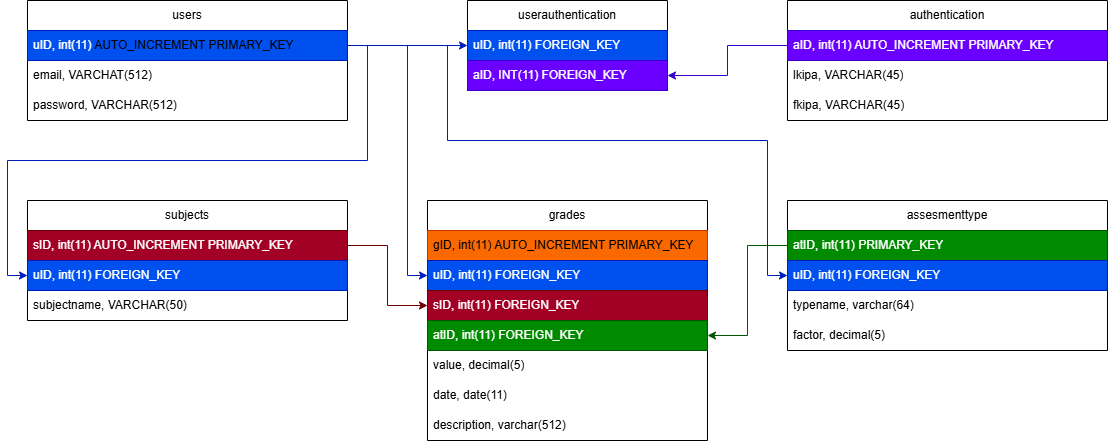
This is source/project/database/GradeLens-Database.png from vrsestudio/GradeLens, a draw.io export, as it was before one commit. Source tidied: cells renumbered, new cells last; positions are measured from the earlier drawing's top-left corner, leaving out a move shared by most shapes.
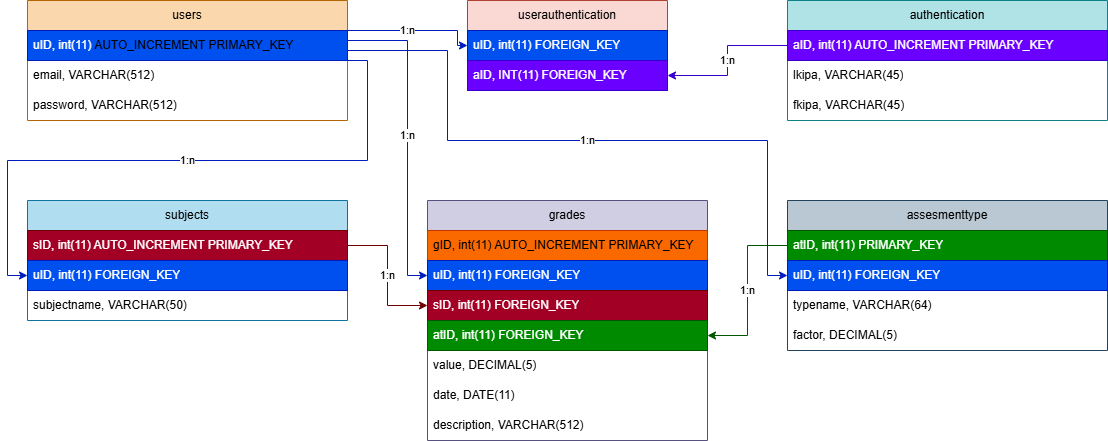
Later version of the same file.

Commit message:
Database Visualisation Update

Change to the diagram source:
```diff
@@ -2,19 +2,19 @@
   <root>
     <mxCell id="0" />
     <mxCell id="1" parent="0" />
-    <mxCell id="2" value="users" style="swimlane;fontStyle=0;horizontal=1;startSize=30;whiteSpace=wrap;html=1;" parent="1" vertex="1">
+    <mxCell id="2" value="users" style="swimlane;fontStyle=0;horizontal=1;startSize=30;whiteSpace=wrap;html=1;fillColor=#fad7ac;strokeColor=#b46504;" parent="1" vertex="1">
       <mxGeometry width="320" height="120" as="geometry" />
     </mxCell>
     <mxCell id="3" value="uID, int(11)&lt;span style=&quot;background-color: transparent; color: light-dark(rgb(0, 0, 0), rgb(255, 255, 255));&quot;&gt;&amp;nbsp;AUTO_INCREMENT PRIMARY_KEY&lt;/span&gt;" style="text;strokeColor=#001DBC;fillColor=#0050ef;align=left;verticalAlign=middle;spacingLeft=4;spacingRight=4;overflow=hidden;points=[[0,0.5],[1,0.5]];portConstraint=eastwest;whiteSpace=wrap;html=1;fontColor=#ffffff;" parent="2" vertex="1">
       <mxGeometry y="30" width="320" height="30" as="geometry" />
     </mxCell>
-    <mxCell id="4" value="email, VARCHAT(512)" style="text;strokeColor=none;fillColor=none;align=left;verticalAlign=middle;spacingLeft=4;spacingRight=4;overflow=hidden;whiteSpace=wrap;html=1;" parent="2" vertex="1">
+    <mxCell id="4" value="email, VARCHAR(512)" style="text;strokeColor=none;fillColor=none;align=left;verticalAlign=middle;spacingLeft=4;spacingRight=4;overflow=hidden;whiteSpace=wrap;html=1;" parent="2" vertex="1">
       <mxGeometry y="60" width="320" height="30" as="geometry" />
     </mxCell>
     <mxCell id="5" value="password, VARCHAR(512)" style="text;strokeColor=none;fillColor=none;align=left;verticalAlign=middle;spacingLeft=4;spacingRight=4;overflow=hidden;whiteSpace=wrap;html=1;" parent="2" vertex="1">
       <mxGeometry y="90" width="320" height="30" as="geometry" />
     </mxCell>
-    <mxCell id="6" value="authentication" style="swimlane;fontStyle=0;horizontal=1;startSize=30;whiteSpace=wrap;html=1;" parent="1" vertex="1">
+    <mxCell id="6" value="authentication" style="swimlane;fontStyle=0;horizontal=1;startSize=30;whiteSpace=wrap;html=1;fillColor=#b0e3e6;strokeColor=#0e8088;" parent="1" vertex="1">
       <mxGeometry x="760" width="320" height="120" as="geometry" />
     </mxCell>
     <mxCell id="7" value="aID, int(11) AUTO_INCREMENT PRIMARY_KEY" style="text;strokeColor=#3700CC;fillColor=#6a00ff;align=left;verticalAlign=middle;spacingLeft=4;spacingRight=4;overflow=hidden;points=[[0,0.5],[1,0.5]];portConstraint=eastwest;whiteSpace=wrap;html=1;fontColor=#ffffff;" parent="6" vertex="1">
@@ -26,7 +26,7 @@
     <mxCell id="9" value="fkipa, VARCHAR(45)" style="text;strokeColor=none;fillColor=none;align=left;verticalAlign=middle;spacingLeft=4;spacingRight=4;overflow=hidden;whiteSpace=wrap;html=1;" parent="6" vertex="1">
       <mxGeometry y="90" width="320" height="30" as="geometry" />
     </mxCell>
-    <mxCell id="10" value="userauthentication" style="swimlane;fontStyle=0;horizontal=1;startSize=30;whiteSpace=wrap;html=1;" parent="1" vertex="1">
+    <mxCell id="10" value="userauthentication" style="swimlane;fontStyle=0;horizontal=1;startSize=30;whiteSpace=wrap;html=1;fillColor=#fad9d5;strokeColor=#ae4132;" parent="1" vertex="1">
       <mxGeometry x="440" width="200" height="90" as="geometry" />
     </mxCell>
     <mxCell id="11" value="uID, int(11) FOREIGN_KEY" style="text;strokeColor=#001DBC;fillColor=#0050ef;align=left;verticalAlign=middle;spacingLeft=4;spacingRight=4;overflow=hidden;points=[[0,0.5],[1,0.5]];portConstraint=eastwest;whiteSpace=wrap;html=1;fontColor=#ffffff;" parent="10" vertex="1">
@@ -35,7 +35,7 @@
     <mxCell id="12" value="aID, INT(11) FOREIGN_KEY" style="text;strokeColor=#3700CC;fillColor=#6a00ff;align=left;verticalAlign=middle;spacingLeft=4;spacingRight=4;overflow=hidden;points=[[0,0.5],[1,0.5]];portConstraint=eastwest;whiteSpace=wrap;html=1;fontColor=#ffffff;" parent="10" vertex="1">
       <mxGeometry y="60" width="200" height="30" as="geometry" />
     </mxCell>
-    <mxCell id="13" value="subjects" style="swimlane;fontStyle=0;horizontal=1;startSize=30;whiteSpace=wrap;html=1;" parent="1" vertex="1">
+    <mxCell id="13" value="subjects" style="swimlane;fontStyle=0;horizontal=1;startSize=30;whiteSpace=wrap;html=1;fillColor=#b1ddf0;strokeColor=#10739e;" parent="1" vertex="1">
       <mxGeometry y="200" width="320" height="120" as="geometry" />
     </mxCell>
     <mxCell id="14" value="sID, int(11) AUTO_INCREMENT PRIMARY_KEY" style="text;strokeColor=#6F0000;fillColor=#a20025;align=left;verticalAlign=middle;spacingLeft=4;spacingRight=4;overflow=hidden;points=[[0,0.5],[1,0.5]];portConstraint=eastwest;whiteSpace=wrap;html=1;fontColor=#ffffff;" parent="13" vertex="1">
@@ -47,7 +47,7 @@
     <mxCell id="16" value="subjectname, VARCHAR(50)" style="text;strokeColor=none;fillColor=none;align=left;verticalAlign=middle;spacingLeft=4;spacingRight=4;overflow=hidden;whiteSpace=wrap;html=1;" parent="13" vertex="1">
       <mxGeometry y="90" width="320" height="30" as="geometry" />
     </mxCell>
-    <mxCell id="17" value="&lt;div&gt;grades&lt;/div&gt;" style="swimlane;fontStyle=0;horizontal=1;startSize=30;whiteSpace=wrap;html=1;" parent="1" vertex="1">
+    <mxCell id="17" value="&lt;div&gt;grades&lt;/div&gt;" style="swimlane;fontStyle=0;horizontal=1;startSize=30;whiteSpace=wrap;html=1;fillColor=#d0cee2;strokeColor=#56517e;" parent="1" vertex="1">
       <mxGeometry x="400" y="200" width="280" height="240" as="geometry" />
     </mxCell>
     <mxCell id="18" value="gID, int(11) AUTO_INCREMENT PRIMARY_KEY" style="text;strokeColor=#C73500;fillColor=#fa6800;align=left;verticalAlign=middle;spacingLeft=4;spacingRight=4;overflow=hidden;whiteSpace=wrap;html=1;fontColor=#000000;" parent="17" vertex="1">
@@ -62,16 +62,16 @@
     <mxCell id="21" value="atID, int(11) FOREIGN_KEY" style="text;strokeColor=#005700;fillColor=#008a00;align=left;verticalAlign=middle;spacingLeft=4;spacingRight=4;overflow=hidden;points=[[0,0.5],[1,0.5]];portConstraint=eastwest;whiteSpace=wrap;html=1;fontColor=#ffffff;" parent="17" vertex="1">
       <mxGeometry y="120" width="280" height="30" as="geometry" />
     </mxCell>
-    <mxCell id="22" value="value, decimal(5)" style="text;strokeColor=none;fillColor=none;align=left;verticalAlign=middle;spacingLeft=4;spacingRight=4;overflow=hidden;whiteSpace=wrap;html=1;" parent="17" vertex="1">
+    <mxCell id="22" value="value, DECIMAL(5)" style="text;strokeColor=none;fillColor=none;align=left;verticalAlign=middle;spacingLeft=4;spacingRight=4;overflow=hidden;whiteSpace=wrap;html=1;" parent="17" vertex="1">
       <mxGeometry y="150" width="280" height="30" as="geometry" />
     </mxCell>
-    <mxCell id="23" value="date, date(11)" style="text;strokeColor=none;fillColor=none;align=left;verticalAlign=middle;spacingLeft=4;spacingRight=4;overflow=hidden;whiteSpace=wrap;html=1;" parent="17" vertex="1">
+    <mxCell id="23" value="date, DATE(11)" style="text;strokeColor=none;fillColor=none;align=left;verticalAlign=middle;spacingLeft=4;spacingRight=4;overflow=hidden;whiteSpace=wrap;html=1;" parent="17" vertex="1">
       <mxGeometry y="180" width="280" height="30" as="geometry" />
     </mxCell>
-    <mxCell id="24" value="description, varchar(512)" style="text;strokeColor=none;fillColor=none;align=left;verticalAlign=middle;spacingLeft=4;spacingRight=4;overflow=hidden;whiteSpace=wrap;html=1;" parent="17" vertex="1">
+    <mxCell id="24" value="description, VARCHAR(512)" style="text;strokeColor=none;fillColor=none;align=left;verticalAlign=middle;spacingLeft=4;spacingRight=4;overflow=hidden;whiteSpace=wrap;html=1;" parent="17" vertex="1">
       <mxGeometry y="210" width="280" height="30" as="geometry" />
     </mxCell>
-    <mxCell id="25" value="assesmenttype" style="swimlane;fontStyle=0;horizontal=1;startSize=30;whiteSpace=wrap;html=1;" parent="1" vertex="1">
+    <mxCell id="25" value="assesmenttype" style="swimlane;fontStyle=0;horizontal=1;startSize=30;whiteSpace=wrap;html=1;fillColor=#bac8d3;strokeColor=#23445d;" parent="1" vertex="1">
       <mxGeometry x="760" y="200" width="320" height="150" as="geometry" />
     </mxCell>
     <mxCell id="26" value="atID, int(11) PRIMARY_KEY" style="text;strokeColor=#005700;fillColor=#008a00;align=left;verticalAlign=middle;spacingLeft=4;spacingRight=4;overflow=hidden;points=[[0,0.5],[1,0.5]];portConstraint=eastwest;whiteSpace=wrap;html=1;fontColor=#ffffff;" parent="25" vertex="1">
@@ -80,41 +80,57 @@
     <mxCell id="27" value="uID, int(11) FOREIGN_KEY" style="text;strokeColor=#001DBC;fillColor=#0050ef;align=left;verticalAlign=middle;spacingLeft=4;spacingRight=4;overflow=hidden;points=[[0,0.5],[1,0.5]];portConstraint=eastwest;whiteSpace=wrap;html=1;fontColor=#ffffff;" parent="25" vertex="1">
       <mxGeometry y="60" width="320" height="30" as="geometry" />
     </mxCell>
-    <mxCell id="28" value="typename, varchar(64)" style="text;strokeColor=none;fillColor=none;align=left;verticalAlign=middle;spacingLeft=4;spacingRight=4;overflow=hidden;whiteSpace=wrap;html=1;" parent="25" vertex="1">
+    <mxCell id="28" value="typename, VARCHAR(64)" style="text;strokeColor=none;fillColor=none;align=left;verticalAlign=middle;spacingLeft=4;spacingRight=4;overflow=hidden;whiteSpace=wrap;html=1;" parent="25" vertex="1">
       <mxGeometry y="90" width="320" height="30" as="geometry" />
     </mxCell>
-    <mxCell id="29" value="factor, decimal(5)" style="text;strokeColor=none;fillColor=none;align=left;verticalAlign=middle;spacingLeft=4;spacingRight=4;overflow=hidden;whiteSpace=wrap;html=1;" parent="25" vertex="1">
+    <mxCell id="29" value="factor, DECIMAL(5)" style="text;strokeColor=none;fillColor=none;align=left;verticalAlign=middle;spacingLeft=4;spacingRight=4;overflow=hidden;whiteSpace=wrap;html=1;" parent="25" vertex="1">
       <mxGeometry y="120" width="320" height="30" as="geometry" />
     </mxCell>
-    <mxCell id="30" style="edgeStyle=orthogonalEdgeStyle;rounded=0;jettySize=auto;html=1;exitX=1;exitY=0.5;exitDx=0;exitDy=0;entryX=0;entryY=0.5;entryDx=0;entryDy=0;fillColor=#0050ef;strokeColor=#001DBC;" parent="1" edge="1" source="3" target="11">
-      <mxGeometry relative="1" as="geometry" />
+    <mxCell id="30" value="1:n" style="edgeStyle=orthogonalEdgeStyle;rounded=0;jettySize=auto;html=1;exitX=1;exitY=0.5;exitDx=0;exitDy=0;entryX=0;entryY=0.5;entryDx=0;entryDy=0;fillColor=#0050ef;strokeColor=#001DBC;" parent="1" edge="1" source="3" target="11">
+      <mxGeometry relative="1" as="geometry">
+        <Array as="points">
+          <mxPoint x="320" y="30" />
+          <mxPoint x="430" y="30" />
+          <mxPoint x="430" y="45" />
+        </Array>
+      </mxGeometry>
     </mxCell>
-    <mxCell id="31" style="edgeStyle=orthogonalEdgeStyle;rounded=0;jettySize=auto;html=1;exitX=0;exitY=0.5;exitDx=0;exitDy=0;entryX=1;entryY=0.5;entryDx=0;entryDy=0;fillColor=#6a00ff;strokeColor=#3700CC;" parent="1" edge="1" source="7" target="12">
+    <mxCell id="31" value="1:n" style="edgeStyle=orthogonalEdgeStyle;rounded=0;jettySize=auto;html=1;exitX=0;exitY=0.5;exitDx=0;exitDy=0;entryX=1;entryY=0.5;entryDx=0;entryDy=0;fillColor=#6a00ff;strokeColor=#3700CC;" parent="1" edge="1" source="7" target="12">
       <mxGeometry relative="1" as="geometry" />
     </mxCell>
-    <mxCell id="32" style="edgeStyle=orthogonalEdgeStyle;rounded=0;jettySize=auto;html=1;exitX=0;exitY=0.5;exitDx=0;exitDy=0;entryX=1;entryY=0.5;entryDx=0;entryDy=0;fillColor=#008a00;strokeColor=#005700;" parent="1" edge="1" source="26" target="21">
+    <mxCell id="32" value="1:n" style="edgeStyle=orthogonalEdgeStyle;rounded=0;jettySize=auto;html=1;exitX=0;exitY=0.5;exitDx=0;exitDy=0;entryX=1;entryY=0.5;entryDx=0;entryDy=0;fillColor=#008a00;strokeColor=#005700;" parent="1" edge="1" source="26" target="21">
       <mxGeometry relative="1" as="geometry" />
     </mxCell>
-    <mxCell id="33" style="edgeStyle=orthogonalEdgeStyle;rounded=0;jettySize=auto;html=1;exitX=1;exitY=0.5;exitDx=0;exitDy=0;entryX=0;entryY=0.5;entryDx=0;entryDy=0;fillColor=#0050ef;strokeColor=#001DBC;" parent="1" edge="1" source="3" target="27">
+    <mxCell id="33" value="1:n" style="edgeStyle=orthogonalEdgeStyle;rounded=0;jettySize=auto;html=1;exitX=1;exitY=0.5;exitDx=0;exitDy=0;entryX=0;entryY=0.5;entryDx=0;entryDy=0;fillColor=#0050ef;strokeColor=#001DBC;" parent="1" edge="1" source="3" target="27">
       <mxGeometry relative="1" as="geometry">
         <Array as="points">
-          <mxPoint x="420" y="45" />
+          <mxPoint x="320" y="50" />
+          <mxPoint x="420" y="50" />
           <mxPoint x="420" y="140" />
           <mxPoint x="740" y="140" />
           <mxPoint x="740" y="275" />
         </Array>
       </mxGeometry>
     </mxCell>
-    <mxCell id="34" style="edgeStyle=orthogonalEdgeStyle;rounded=0;jettySize=auto;html=1;exitX=1;exitY=0.5;exitDx=0;exitDy=0;entryX=0;entryY=0.5;entryDx=0;entryDy=0;fillColor=#0050ef;strokeColor=#001DBC;" parent="1" edge="1" source="3" target="15">
-      <mxGeometry relative="1" as="geometry" />
+    <mxCell id="34" value="1:n" style="edgeStyle=orthogonalEdgeStyle;rounded=0;jettySize=auto;html=1;exitX=1;exitY=0.5;exitDx=0;exitDy=0;entryX=0;entryY=0.5;entryDx=0;entryDy=0;fillColor=#0050ef;strokeColor=#001DBC;" parent="1" edge="1" source="3" target="15">
+      <mxGeometry relative="1" as="geometry">
+        <Array as="points">
+          <mxPoint x="320" y="60" />
+          <mxPoint x="340" y="60" />
+          <mxPoint x="340" y="160" />
+          <mxPoint x="-20" y="160" />
+          <mxPoint x="-20" y="275" />
+        </Array>
+      </mxGeometry>
     </mxCell>
-    <mxCell id="35" style="edgeStyle=orthogonalEdgeStyle;rounded=0;jettySize=auto;html=1;exitX=1;exitY=0.5;exitDx=0;exitDy=0;entryX=0;entryY=0.5;entryDx=0;entryDy=0;fillColor=#a20025;strokeColor=#6F0000;" parent="1" edge="1" source="14" target="20">
+    <mxCell id="35" value="1:n" style="edgeStyle=orthogonalEdgeStyle;rounded=0;jettySize=auto;html=1;exitX=1;exitY=0.5;exitDx=0;exitDy=0;entryX=0;entryY=0.5;entryDx=0;entryDy=0;fillColor=#a20025;strokeColor=#6F0000;" parent="1" edge="1" source="14" target="20">
       <mxGeometry relative="1" as="geometry" />
     </mxCell>
-    <mxCell id="36" style="edgeStyle=orthogonalEdgeStyle;rounded=0;jettySize=auto;html=1;exitX=1;exitY=0.5;exitDx=0;exitDy=0;entryX=0;entryY=0.5;entryDx=0;entryDy=0;fillColor=#0050ef;strokeColor=#001DBC;" parent="1" edge="1" source="3" target="19">
+    <mxCell id="36" value="1:n" style="edgeStyle=orthogonalEdgeStyle;rounded=0;jettySize=auto;html=1;exitX=1;exitY=0.5;exitDx=0;exitDy=0;entryX=0;entryY=0.5;entryDx=0;entryDy=0;fillColor=#0050ef;strokeColor=#001DBC;" parent="1" edge="1" source="3" target="19">
       <mxGeometry relative="1" as="geometry">
         <Array as="points">
-          <mxPoint x="380" y="45" />
+          <mxPoint x="320" y="40" />
+          <mxPoint x="380" y="40" />
           <mxPoint x="380" y="275" />
         </Array>
       </mxGeometry>
```
